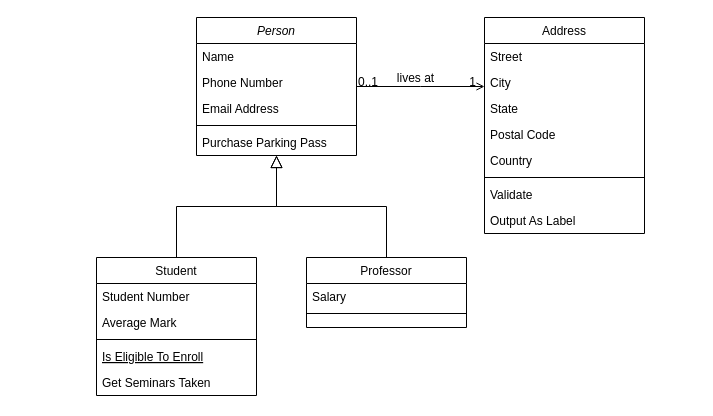
The draw.io diagram Untitled Diagram.drawio in mariavaghani/who_stole_the_apple, before the edit. Source tidied: cells renumbered, new cells numbered last; positions are measured from the earlier drawing's top-left corner, leaving out a move shared by most shapes. Both pictures are drawn from the tidied source at 100%, with x=0, y=0 at pixel (96, 17).
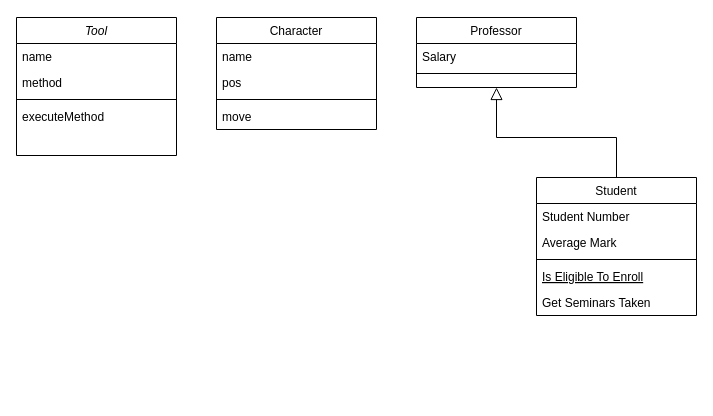
The same diagram, later.

Commit message:
who_stole_the_apple_class_structure

Diff of the diagram source:
```diff
@@
-    <mxCell id="2" value="Person" style="swimlane;fontStyle=2;align=center;verticalAlign=top;horizontal=1;startSize=26;rounded=0;shadow=0;strokeWidth=1;" parent="1" vertex="1">
-      <mxGeometry x="100" width="160" height="138" as="geometry" />
+    <mxCell id="2" value="Tool" style="swimlane;fontStyle=2;align=center;verticalAlign=top;horizontal=1;startSize=26;rounded=0;shadow=0;strokeWidth=1;" parent="1" vertex="1">
+      <mxGeometry x="-80" width="160" height="138" as="geometry" />
     </mxCell>
-    <mxCell id="3" value="Name" style="text;align=left;verticalAlign=top;spacingLeft=4;spacingRight=4;overflow=hidden;" parent="2" vertex="1">
+    <mxCell id="3" value="name" style="text;align=left;verticalAlign=top;spacingLeft=4;spacingRight=4;overflow=hidden;" parent="2" vertex="1">
       <mxGeometry y="26" width="160" height="26" as="geometry" />
     </mxCell>
-    <mxCell id="4" value="Phone Number" style="text;align=left;verticalAlign=top;spacingLeft=4;spacingRight=4;overflow=hidden;rounded=0;shadow=0;html=0;" parent="2" vertex="1">
-      <mxGeometry y="52" width="160" height="26" as="geometry" />
-    </mxCell>
-    <mxCell id="5" value="Email Address" style="text;align=left;verticalAlign=top;spacingLeft=4;spacingRight=4;overflow=hidden;rounded=0;shadow=0;html=0;" parent="2" vertex="1">
-      <mxGeometry y="78" width="160" height="26" as="geometry" />
-    </mxCell>
+    <mxCell id="7" value="method" style="text;align=left;verticalAlign=top;spacingLeft=4;spacingRight=4;overflow=hidden;" parent="2" vertex="1">
+      <mxGeometry y="52" width="160" height="26" as="geometry" />
+    </mxCell>
     <mxCell id="6" style="line;html=1;strokeWidth=1;align=left;verticalAlign=middle;spacingTop=-1;spacingLeft=3;spacingRight=3;labelPosition=right;" parent="2" vertex="1">
-      <mxGeometry y="104" width="160" height="8" as="geometry" />
+      <mxGeometry y="78" width="160" height="8" as="geometry" />
     </mxCell>
-    <mxCell id="7" value="Purchase Parking Pass" style="text;align=left;verticalAlign=top;spacingLeft=4;spacingRight=4;overflow=hidden;" parent="2" vertex="1">
-      <mxGeometry y="112" width="160" height="26" as="geometry" />
-    </mxCell>
+    <mxCell id="32" value="executeMethod" style="text;align=left;verticalAlign=top;spacingLeft=4;spacingRight=4;overflow=hidden;" parent="2" vertex="1">
+      <mxGeometry y="86" width="160" height="26" as="geometry" />
+    </mxCell>
     <mxCell id="8" value="Student" style="swimlane;fontStyle=0;align=center;verticalAlign=top;horizontal=1;startSize=26;rounded=0;shadow=0;strokeWidth=1;" parent="1" vertex="1">
-      <mxGeometry y="240" width="160" height="138" as="geometry" />
+      <mxGeometry x="440" y="160" width="160" height="138" as="geometry" />
     </mxCell>
@@
-    <mxCell id="14" style="endArrow=block;endSize=10;endFill=0;shadow=0;strokeWidth=1;rounded=0;edgeStyle=elbowEdgeStyle;elbow=vertical;" parent="1" edge="1" source="8" target="2">
-      <mxGeometry relative="1" as="geometry" />
+    <mxCell id="14" style="endArrow=block;endSize=10;endFill=0;shadow=0;strokeWidth=1;rounded=0;edgeStyle=elbowEdgeStyle;elbow=vertical;entryX=0.5;entryY=1;entryDx=0;entryDy=0;exitX=0.5;exitY=0;exitDx=0;exitDy=0;" parent="1" edge="1" source="8" target="15">
+      <mxGeometry relative="1" as="geometry">
+        <Array as="points">
+          <mxPoint x="460" y="120" />
+        </Array>
+      </mxGeometry>
     </mxCell>
     <mxCell id="15" value="Professor" style="swimlane;fontStyle=0;align=center;verticalAlign=top;horizontal=1;startSize=26;rounded=0;shadow=0;strokeWidth=1;" parent="1" vertex="1">
-      <mxGeometry x="210" y="240" width="160" height="70" as="geometry" />
+      <mxGeometry x="320" width="160" height="70" as="geometry" />
     </mxCell>
@@
-    <mxCell id="18" style="endArrow=block;endSize=10;endFill=0;shadow=0;strokeWidth=1;rounded=0;edgeStyle=elbowEdgeStyle;elbow=vertical;" parent="1" edge="1" source="15" target="2">
-      <mxGeometry relative="1" as="geometry" />
-    </mxCell>
-    <mxCell id="19" value="Address" style="swimlane;fontStyle=0;align=center;verticalAlign=top;horizontal=1;startSize=26;rounded=0;shadow=0;strokeWidth=1;" parent="1" vertex="1">
-      <mxGeometry x="388" width="160" height="216" as="geometry" />
+    <mxCell id="19" value="Character" style="swimlane;fontStyle=0;align=center;verticalAlign=top;horizontal=1;startSize=26;rounded=0;shadow=0;strokeWidth=1;" parent="1" vertex="1">
+      <mxGeometry x="120" width="160" height="112" as="geometry" />
     </mxCell>
-    <mxCell id="20" value="Street" style="text;align=left;verticalAlign=top;spacingLeft=4;spacingRight=4;overflow=hidden;" parent="19" vertex="1">
+    <mxCell id="20" value="name" style="text;align=left;verticalAlign=top;spacingLeft=4;spacingRight=4;overflow=hidden;" parent="19" vertex="1">
       <mxGeometry y="26" width="160" height="26" as="geometry" />
     </mxCell>
-    <mxCell id="21" value="City" style="text;align=left;verticalAlign=top;spacingLeft=4;spacingRight=4;overflow=hidden;rounded=0;shadow=0;html=0;" parent="19" vertex="1">
+    <mxCell id="21" value="pos" style="text;align=left;verticalAlign=top;spacingLeft=4;spacingRight=4;overflow=hidden;rounded=0;shadow=0;html=0;" parent="19" vertex="1">
       <mxGeometry y="52" width="160" height="26" as="geometry" />
     </mxCell>
-    <mxCell id="22" value="State" style="text;align=left;verticalAlign=top;spacingLeft=4;spacingRight=4;overflow=hidden;rounded=0;shadow=0;html=0;" parent="19" vertex="1">
-      <mxGeometry y="78" width="160" height="26" as="geometry" />
-    </mxCell>
-    <mxCell id="23" value="Postal Code" style="text;align=left;verticalAlign=top;spacingLeft=4;spacingRight=4;overflow=hidden;rounded=0;shadow=0;html=0;" parent="19" vertex="1">
-      <mxGeometry y="104" width="160" height="26" as="geometry" />
-    </mxCell>
-    <mxCell id="24" value="Country" style="text;align=left;verticalAlign=top;spacingLeft=4;spacingRight=4;overflow=hidden;rounded=0;shadow=0;html=0;" parent="19" vertex="1">
-      <mxGeometry y="130" width="160" height="26" as="geometry" />
-    </mxCell>
     <mxCell id="25" style="line;html=1;strokeWidth=1;align=left;verticalAlign=middle;spacingTop=-1;spacingLeft=3;spacingRight=3;labelPosition=right;" parent="19" vertex="1">
-      <mxGeometry y="156" width="160" height="8" as="geometry" />
+      <mxGeometry y="78" width="160" height="8" as="geometry" />
     </mxCell>
-    <mxCell id="26" value="Validate" style="text;align=left;verticalAlign=top;spacingLeft=4;spacingRight=4;overflow=hidden;" parent="19" vertex="1">
-      <mxGeometry y="164" width="160" height="26" as="geometry" />
+    <mxCell id="26" value="move" style="text;align=left;verticalAlign=top;spacingLeft=4;spacingRight=4;overflow=hidden;" parent="19" vertex="1">
+      <mxGeometry y="86" width="160" height="26" as="geometry" />
     </mxCell>
-    <mxCell id="27" value="Output As Label" style="text;align=left;verticalAlign=top;spacingLeft=4;spacingRight=4;overflow=hidden;" parent="19" vertex="1">
-      <mxGeometry y="190" width="160" height="26" as="geometry" />
-    </mxCell>
-    <mxCell id="28" style="endArrow=open;shadow=0;strokeWidth=1;rounded=0;endFill=1;edgeStyle=elbowEdgeStyle;elbow=vertical;" parent="1" edge="1" source="2" target="19">
-      <mxGeometry x="0.5" y="41" relative="1" as="geometry">
-        <mxPoint x="-40" y="32" as="offset" />
-      </mxGeometry>
-    </mxCell>
-    <mxCell id="29" value="0..1" style="align=left;verticalAlign=bottom;labelBackgroundColor=none;fontSize=12;" parent="28" vertex="1">
-      <mxGeometry x="-1" relative="1" as="geometry">
-        <mxPoint y="4" as="offset" />
-      </mxGeometry>
-    </mxCell>
-    <mxCell id="30" value="1" style="align=right;verticalAlign=bottom;labelBackgroundColor=none;fontSize=12;" parent="28" vertex="1">
-      <mxGeometry x="1" relative="1" as="geometry">
-        <mxPoint x="-7" y="4" as="offset" />
-      </mxGeometry>
-    </mxCell>
-    <mxCell id="31" value="lives at" style="text;html=1;align=center;verticalAlign=middle;labelBackgroundColor=none;rounded=0;shadow=0;strokeWidth=1;fontSize=12;" parent="28" vertex="1">
-      <mxGeometry x="0.5" y="49" relative="1" as="geometry">
-        <mxPoint x="-38" y="40" as="offset" />
-      </mxGeometry>
-    </mxCell>
```
